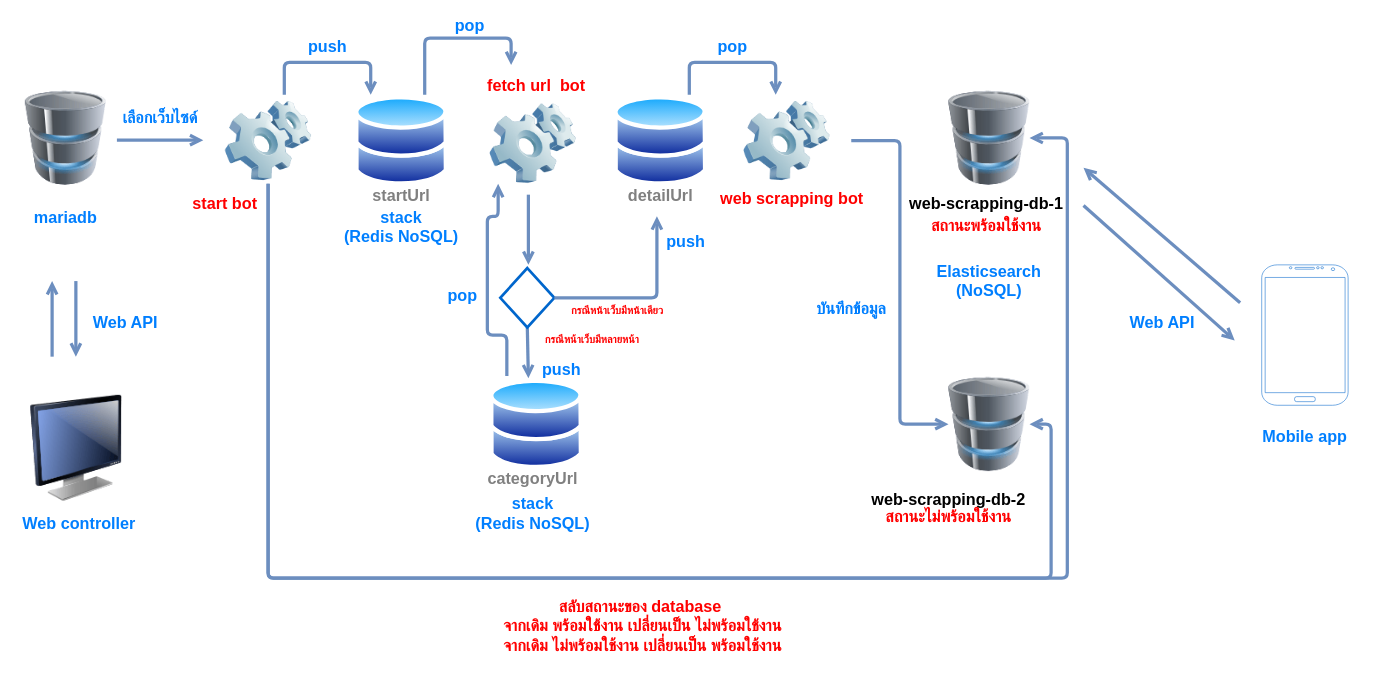
Earlier version of the draw.io diagram presentation/web-scrapping-system-latest.drawio (mandarinkb/project-final-document). Source tidied: cells renumbered, new cells numbered last; positions are measured from the earlier drawing's top-left corner, leaving out a move shared by most shapes. Both pictures are drawn from the tidied source at 54%, with x=0, y=0 at pixel (25, 16).
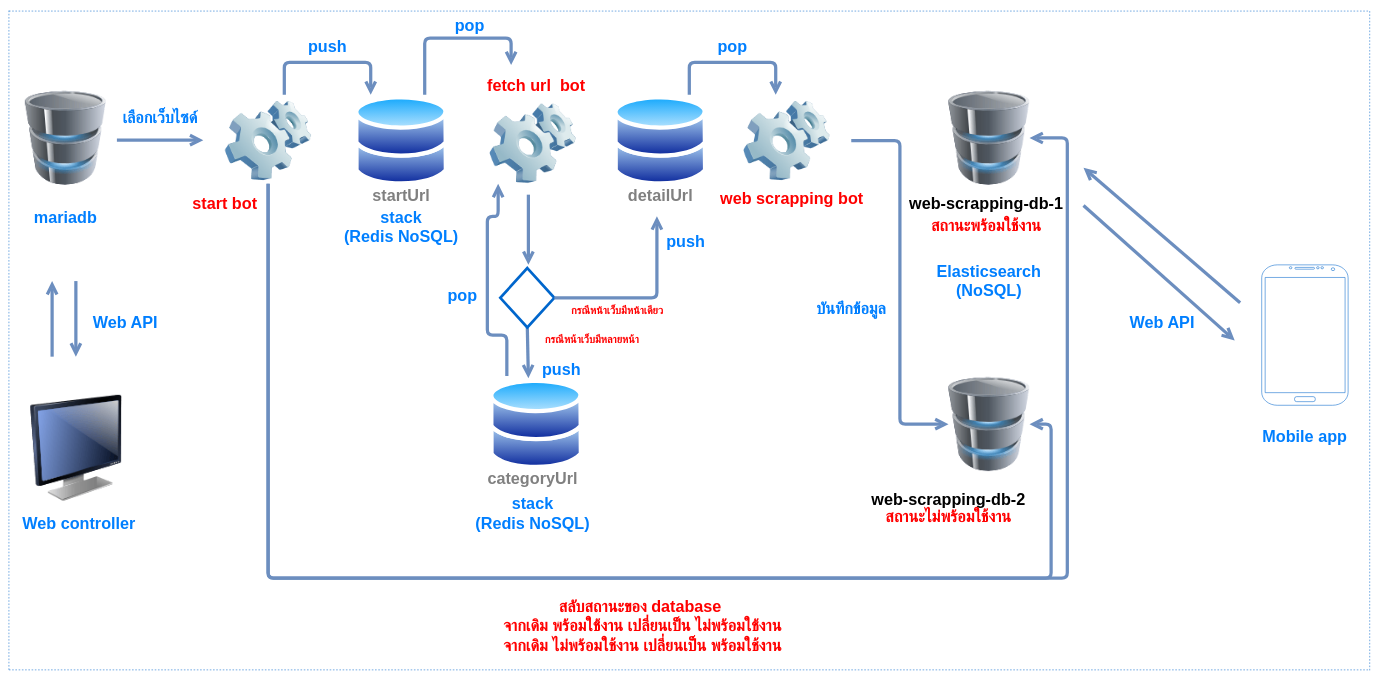
After the change.

Diff of the diagram source:
```diff
@@
+    <mxCell id="58" style="endArrow=none;dashed=1;html=1;strokeColor=#0066CC;" parent="1" edge="1">
+      <mxGeometry relative="1" as="geometry">
+        <mxPoint x="-30" y="1210" as="sourcePoint" />
+        <mxPoint x="-30" y="-14" as="targetPoint" />
+      </mxGeometry>
+    </mxCell>
+    <mxCell id="59" style="endArrow=none;dashed=1;html=1;strokeColor=#0066CC;" parent="1" edge="1">
+      <mxGeometry relative="1" as="geometry">
+        <mxPoint x="2490" y="1211" as="sourcePoint" />
+        <mxPoint x="2490" y="-13" as="targetPoint" />
+      </mxGeometry>
+    </mxCell>
+    <mxCell id="60" style="endArrow=none;dashed=1;html=1;strokeColor=#0066CC;" parent="1" edge="1">
+      <mxGeometry relative="1" as="geometry">
+        <mxPoint x="-30" y="-10" as="sourcePoint" />
+        <mxPoint x="2490" y="-10" as="targetPoint" />
+      </mxGeometry>
+    </mxCell>
+    <mxCell id="61" style="endArrow=none;dashed=1;html=1;strokeColor=#0066CC;" parent="1" edge="1">
+      <mxGeometry relative="1" as="geometry">
+        <mxPoint x="-30" y="1210" as="sourcePoint" />
+        <mxPoint x="2490" y="1210" as="targetPoint" />
+      </mxGeometry>
+    </mxCell>
```
